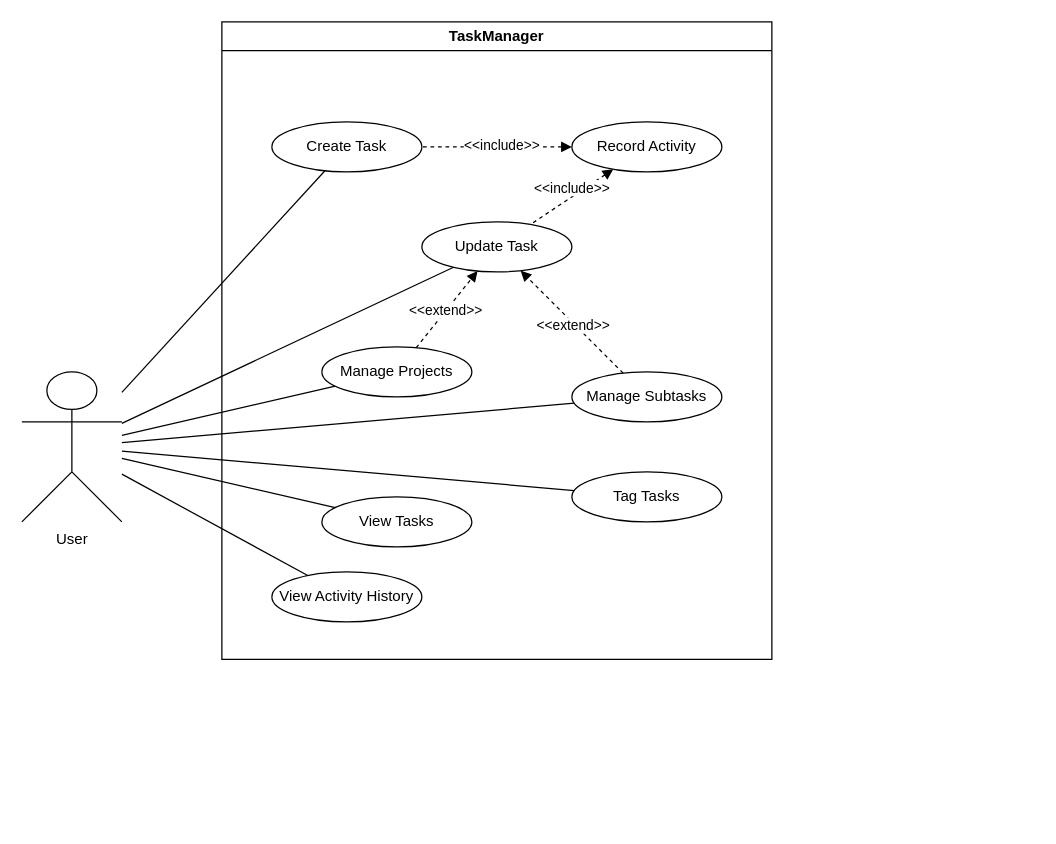
Earlier version of the draw.io diagram drawio files/Use-Case Diagram.drawio (wmbx-28/SOEN342_Project). Source tidied: cells renumbered, new cells numbered last; positions are measured from the earlier drawing's top-left corner, leaving out a move shared by most shapes. Both pictures are drawn from the tidied source at 125%, with x=0, y=0 at pixel (21, 21).
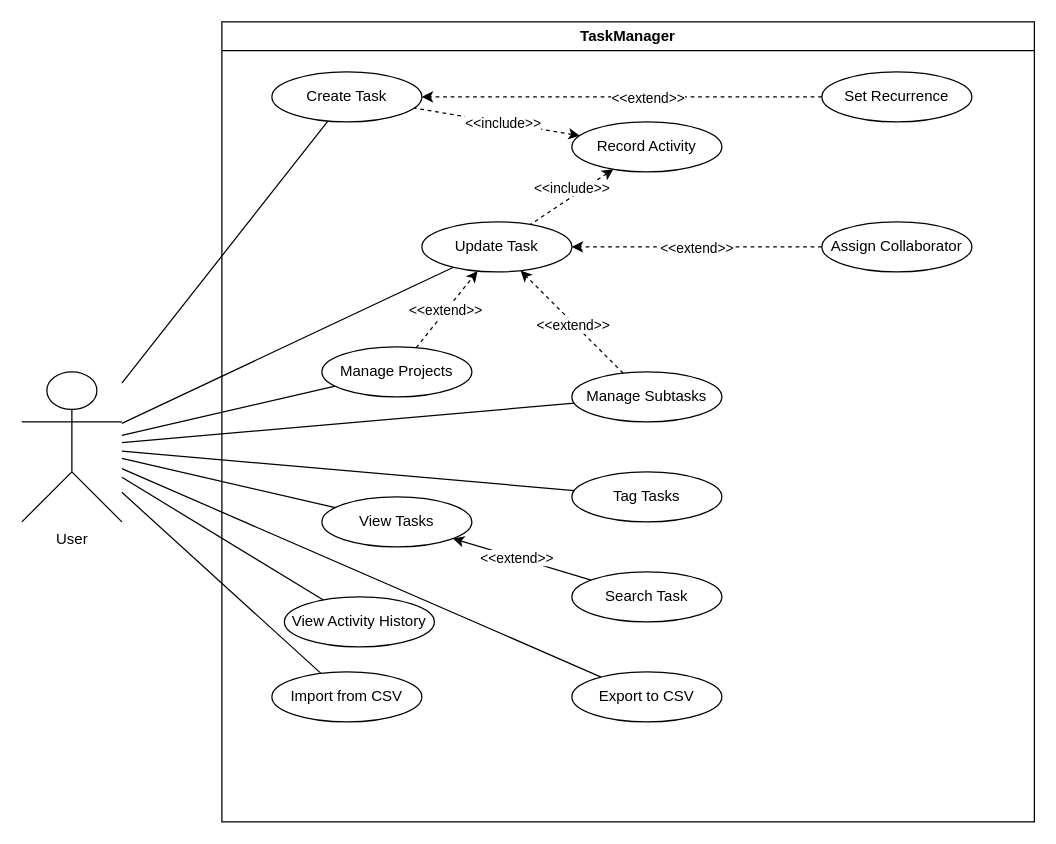
The same page after the edit.

Commit message (it also covers changes not shown here):
Fix Use-Case Diagram

The change refers to these unchanged cells:
```xml
<mxCell id="2" value="Update Task" style="ellipse;whiteSpace=wrap;html=1;" parent="1" vertex="1">
  <mxGeometry x="320" y="160" width="120" height="40" as="geometry" />
</mxCell>
<mxCell id="3" value="User&lt;div&gt;&lt;br&gt;&lt;/div&gt;" style="shape=umlActor;verticalLabelPosition=bottom;verticalAlign=top;html=1;outlineConnect=0;" parent="1" vertex="1">
  <mxGeometry y="280" width="80" height="120" as="geometry" />
</mxCell>
<mxCell id="4" value="Manage Subtasks" style="ellipse;whiteSpace=wrap;html=1;" parent="1" vertex="1">
  <mxGeometry x="440" y="280" width="120" height="40" as="geometry" />
</mxCell>
<mxCell id="21" value="Record Activity" style="ellipse;whiteSpace=wrap;html=1;" parent="19" vertex="1">
  <mxGeometry x="280" y="80" width="120" height="40" as="geometry" />
</mxCell>
<mxCell id="24" value="Manage Projects" style="ellipse;whiteSpace=wrap;html=1;" parent="19" vertex="1">
  <mxGeometry x="80" y="260" width="120" height="40" as="geometry" />
</mxCell>
<mxCell id="25" value="View Tasks" style="ellipse;whiteSpace=wrap;html=1;" parent="19" vertex="1">
  <mxGeometry x="80" y="380" width="120" height="40" as="geometry" />
</mxCell>
```

What changed in the source:
```diff
@@
-    <mxCell id="13" style="endArrow=none;dashed=1;html=1;rounded=0;startArrow=block;startFill=1;" parent="1" edge="1" source="21" target="2">
+    <mxCell id="13" style="endArrow=none;dashed=1;html=1;rounded=0;startArrow=classic;startFill=1;" parent="1" edge="1" source="21" target="2">
       <mxGeometry relative="1" as="geometry" />
     </mxCell>
@@
-    <mxCell id="15" style="endArrow=block;dashed=1;html=1;rounded=0;endFill=1;" parent="1" edge="1" source="4" target="2">
+    <mxCell id="15" style="endArrow=classic;dashed=1;html=1;rounded=0;endFill=1;" parent="1" edge="1" source="4" target="2">
       <mxGeometry relative="1" as="geometry" />
     </mxCell>
@@
-    <mxCell id="17" style="endArrow=block;dashed=1;html=1;rounded=0;endFill=1;" parent="1" edge="1" source="24" target="2">
+    <mxCell id="17" style="endArrow=classic;dashed=1;html=1;rounded=0;endFill=1;" parent="1" edge="1" source="24" target="2">
       <mxGeometry relative="1" as="geometry" />
     </mxCell>
@@
     <mxCell id="19" value="TaskManager" style="swimlane;whiteSpace=wrap;html=1;" parent="1" vertex="1">
-      <mxGeometry x="160" width="440" height="510" as="geometry" />
+      <mxGeometry x="160" width="650" height="640" as="geometry" />
     </mxCell>
     <mxCell id="20" value="Create Task" style="ellipse;whiteSpace=wrap;html=1;" parent="19" vertex="1">
-      <mxGeometry x="40" y="80" width="120" height="40" as="geometry" />
+      <mxGeometry x="40" y="40" width="120" height="40" as="geometry" />
     </mxCell>
@@
-    <mxCell id="22" style="endArrow=none;dashed=1;html=1;rounded=0;startArrow=block;startFill=1;" parent="19" edge="1" source="21" target="20">
+    <mxCell id="22" style="endArrow=none;dashed=1;html=1;rounded=0;startArrow=classic;startFill=1;" parent="19" edge="1" source="21" target="20">
       <mxGeometry relative="1" as="geometry" />
     </mxCell>
@@
+    <mxCell id="27" style="rounded=0;jettySize=auto;html=1;endArrow=none;endFill=0;startArrow=classic;startFill=1;" parent="19" edge="1" source="25" target="31">
+      <mxGeometry relative="1" as="geometry" />
+    </mxCell>
+    <mxCell id="28" value="&amp;lt;&amp;lt;extend&amp;gt;&amp;gt;" style="edgeLabel;html=1;align=center;verticalAlign=middle;" parent="27" vertex="1">
+      <mxGeometry x="-0.07" relative="1" as="geometry">
+        <mxPoint x="-1" as="offset" />
+      </mxGeometry>
+    </mxCell>
@@
     <mxCell id="26" value="View Activity History" style="ellipse;whiteSpace=wrap;html=1;" parent="19" vertex="1">
-      <mxGeometry x="40" y="440" width="120" height="40" as="geometry" />
+      <mxGeometry x="50" y="460" width="120" height="40" as="geometry" />
     </mxCell>
+    <mxCell id="29" value="Import from CSV" style="ellipse;whiteSpace=wrap;html=1;" parent="19" vertex="1">
+      <mxGeometry x="40" y="520" width="120" height="40" as="geometry" />
+    </mxCell>
+    <mxCell id="30" value="Export to CSV" style="ellipse;whiteSpace=wrap;html=1;" parent="19" vertex="1">
+      <mxGeometry x="280" y="520" width="120" height="40" as="geometry" />
+    </mxCell>
+    <mxCell id="31" value="Search Task" style="ellipse;whiteSpace=wrap;html=1;" parent="19" vertex="1">
+      <mxGeometry x="280" y="440" width="120" height="40" as="geometry" />
+    </mxCell>
+    <mxCell id="32" style="edgeStyle=orthogonalEdgeStyle;rounded=0;jettySize=auto;html=1;dashed=1;" parent="19" edge="1" source="34" target="20">
+      <mxGeometry relative="1" as="geometry" />
+    </mxCell>
+    <mxCell id="33" value="&amp;lt;&amp;lt;extend&amp;gt;&amp;gt;" style="edgeLabel;html=1;align=center;verticalAlign=middle;" parent="32" vertex="1">
+      <mxGeometry x="-0.05" y="1" relative="1" as="geometry">
+        <mxPoint x="12" y="-1" as="offset" />
+      </mxGeometry>
+    </mxCell>
+    <mxCell id="34" value="Set Recurrence" style="ellipse;whiteSpace=wrap;html=1;" parent="19" vertex="1">
+      <mxGeometry x="480" y="40" width="120" height="40" as="geometry" />
+    </mxCell>
+    <mxCell id="35" value="Assign Collaborator" style="ellipse;whiteSpace=wrap;html=1;" parent="19" vertex="1">
+      <mxGeometry x="480" y="160" width="120" height="40" as="geometry" />
+    </mxCell>
+    <mxCell id="36" style="edgeStyle=orthogonalEdgeStyle;rounded=0;jettySize=auto;html=1;dashed=1;" parent="1" edge="1" source="35" target="2">
+      <mxGeometry relative="1" as="geometry" />
+    </mxCell>
+    <mxCell id="37" value="&amp;lt;&amp;lt;extend&amp;gt;&amp;gt;" style="edgeLabel;html=1;align=center;verticalAlign=middle;" parent="36" vertex="1">
+      <mxGeometry x="0.01" relative="1" as="geometry" />
+    </mxCell>
+    <mxCell id="38" style="rounded=0;jettySize=auto;html=1;endArrow=none;endFill=0;" parent="1" edge="1" source="30" target="3">
+      <mxGeometry relative="1" as="geometry" />
+    </mxCell>
+    <mxCell id="39" style="rounded=0;jettySize=auto;html=1;endArrow=none;endFill=0;" parent="1" edge="1" source="29" target="3">
+      <mxGeometry relative="1" as="geometry" />
+    </mxCell>
```
